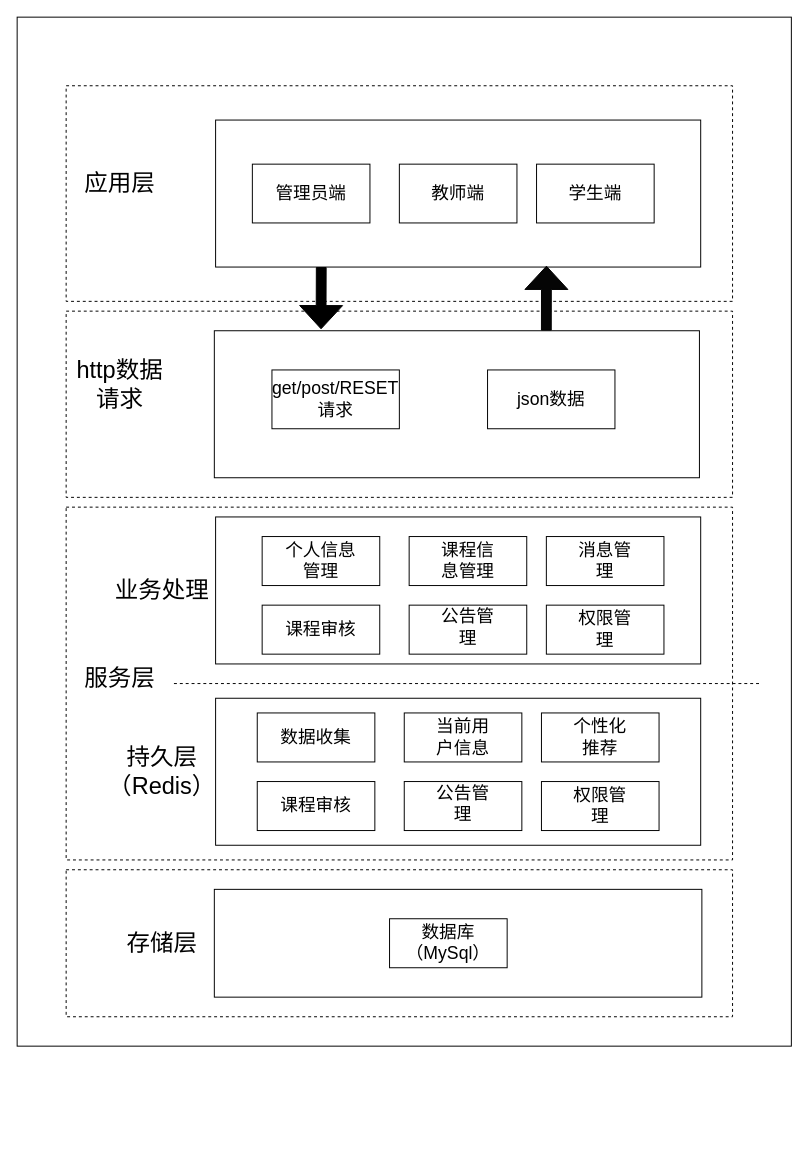
jianjianjianads/site keeps this draw.io diagram as 未命名绘图.drawio. Above is the earlier version. Source tidied: cells renumbered, new cells numbered last; positions are measured from the earlier drawing's top-left corner, leaving out a move shared by most shapes. Both pictures are drawn from the tidied source at 98%, with x=0, y=0 at pixel (17, 17).
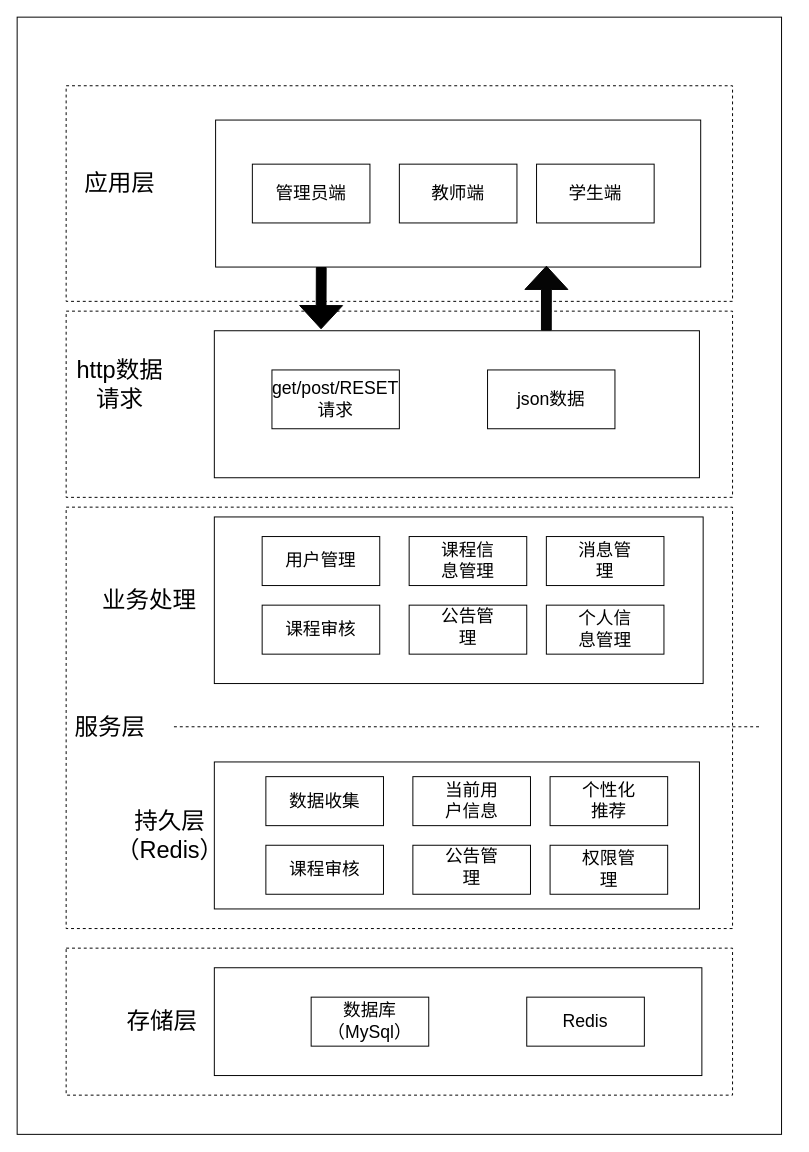
The same page after the edit.

Commit message:
更新未命名绘图.drawio

The edit, as a diff of the source:
```diff
@@
     <mxCell id="2" style="rounded=0;whiteSpace=wrap;html=1;" parent="1" vertex="1">
-      <mxGeometry width="790" height="1050" as="geometry" />
+      <mxGeometry width="780" height="1140" as="geometry" />
     </mxCell>
@@
     <mxCell id="4" style="rounded=0;whiteSpace=wrap;html=1;dashed=1;" parent="1" vertex="1">
-      <mxGeometry x="50" y="870" width="680" height="150" as="geometry" />
+      <mxGeometry x="50" y="950" width="680" height="150" as="geometry" />
     </mxCell>
     <mxCell id="5" style="rounded=0;whiteSpace=wrap;html=1;dashed=1;" parent="1" vertex="1">
-      <mxGeometry x="50" y="500" width="680" height="360" as="geometry" />
+      <mxGeometry x="50" y="500" width="680" height="430" as="geometry" />
     </mxCell>
@@
     <mxCell id="23" style="rounded=0;whiteSpace=wrap;html=1;" parent="1" vertex="1">
-      <mxGeometry x="202.5" y="695" width="495" height="150" as="geometry" />
+      <mxGeometry x="201.2" y="760" width="495" height="150" as="geometry" />
     </mxCell>
     <mxCell id="24" value="&lt;span style=&quot;font-size: 24px;&quot;&gt;服务层&lt;/span&gt;" style="text;html=1;align=center;verticalAlign=middle;whiteSpace=wrap;rounded=0;" parent="1" vertex="1">
-      <mxGeometry x="50" y="610" width="110" height="130" as="geometry" />
+      <mxGeometry x="40" y="660" width="110" height="130" as="geometry" />
     </mxCell>
     <mxCell id="25" style="rounded=0;whiteSpace=wrap;html=1;" parent="1" vertex="1">
-      <mxGeometry x="202.5" y="510" width="495" height="150" as="geometry" />
+      <mxGeometry x="201.2" y="510" width="498.8" height="170" as="geometry" />
     </mxCell>
     <mxCell id="26" value="&lt;span style=&quot;font-size: 24px;&quot;&gt;业务处理&lt;/span&gt;" style="text;html=1;align=center;verticalAlign=middle;whiteSpace=wrap;rounded=0;" parent="1" vertex="1">
-      <mxGeometry x="92.5" y="520" width="110" height="130" as="geometry" />
+      <mxGeometry x="80" y="530" width="110" height="130" as="geometry" />
     </mxCell>
     <mxCell id="27" value="&lt;span style=&quot;font-size: 24px;&quot;&gt;持久层&lt;/span&gt;&lt;div&gt;&lt;span style=&quot;font-size: 24px;&quot;&gt;（Redis）&lt;/span&gt;&lt;/div&gt;" style="text;html=1;align=center;verticalAlign=middle;whiteSpace=wrap;rounded=0;" parent="1" vertex="1">
-      <mxGeometry x="92.5" y="705" width="110" height="130" as="geometry" />
+      <mxGeometry x="101.2" y="770" width="110" height="130" as="geometry" />
     </mxCell>
     <mxCell id="28" style="endArrow=none;dashed=1;html=1;rounded=0;" parent="1" edge="1">
       <mxGeometry relative="1" as="geometry">
-        <mxPoint x="160" y="680" as="sourcePoint" />
-        <mxPoint x="760" y="680" as="targetPoint" />
+        <mxPoint x="160" y="724.1" as="sourcePoint" />
+        <mxPoint x="760" y="724.1" as="targetPoint" />
       </mxGeometry>
     </mxCell>
     <mxCell id="29" style="rounded=0;whiteSpace=wrap;html=1;" parent="1" vertex="1">
-      <mxGeometry x="201.2" y="890" width="497.5" height="110" as="geometry" />
+      <mxGeometry x="201.2" y="970" width="497.5" height="110" as="geometry" />
     </mxCell>
     <mxCell id="30" value="&lt;span style=&quot;font-size: 24px;&quot;&gt;存储层&lt;/span&gt;" style="text;html=1;align=center;verticalAlign=middle;whiteSpace=wrap;rounded=0;" parent="1" vertex="1">
-      <mxGeometry x="92.5" y="880" width="110" height="130" as="geometry" />
+      <mxGeometry x="92.5" y="960" width="110" height="130" as="geometry" />
     </mxCell>
@@
-    <mxCell id="34" value="&lt;font style=&quot;font-size: 18px;&quot;&gt;个人信息管理&lt;/font&gt;" style="text;html=1;align=center;verticalAlign=middle;whiteSpace=wrap;rounded=0;" parent="1" vertex="1">
+    <mxCell id="34" value="&lt;font style=&quot;font-size: 18px;&quot;&gt;用户管理&lt;/font&gt;" style="text;html=1;align=center;verticalAlign=middle;whiteSpace=wrap;rounded=0;" parent="1" vertex="1">
       <mxGeometry x="270" y="537.5" width="80" height="35" as="geometry" />
     </mxCell>
@@
-    <mxCell id="42" value="&lt;font style=&quot;font-size: 18px;&quot;&gt;权限管理&lt;/font&gt;" style="text;html=1;align=center;verticalAlign=middle;whiteSpace=wrap;rounded=0;" parent="1" vertex="1">
+    <mxCell id="42" value="&lt;font style=&quot;font-size: 18px;&quot;&gt;个人信息管理&lt;/font&gt;" style="text;html=1;align=center;verticalAlign=middle;whiteSpace=wrap;rounded=0;" parent="1" vertex="1">
       <mxGeometry x="570" y="610" width="60" height="30" as="geometry" />
     </mxCell>
     <mxCell id="43" style="rounded=0;whiteSpace=wrap;html=1;" parent="1" vertex="1">
-      <mxGeometry x="245" y="710" width="120" height="50" as="geometry" />
+      <mxGeometry x="253.8" y="775" width="120" height="50" as="geometry" />
     </mxCell>
     <mxCell id="44" style="rounded=0;whiteSpace=wrap;html=1;" parent="1" vertex="1">
-      <mxGeometry x="395" y="710" width="120" height="50" as="geometry" />
+      <mxGeometry x="403.8" y="775" width="120" height="50" as="geometry" />
     </mxCell>
     <mxCell id="45" style="rounded=0;whiteSpace=wrap;html=1;" parent="1" vertex="1">
-      <mxGeometry x="535" y="710" width="120" height="50" as="geometry" />
+      <mxGeometry x="543.8" y="775" width="120" height="50" as="geometry" />
     </mxCell>
     <mxCell id="46" value="&lt;font style=&quot;font-size: 18px;&quot;&gt;数据收集&lt;/font&gt;" style="text;html=1;align=center;verticalAlign=middle;whiteSpace=wrap;rounded=0;" parent="1" vertex="1">
-      <mxGeometry x="265" y="717.5" width="80" height="35" as="geometry" />
+      <mxGeometry x="273.8" y="782.5" width="80" height="35" as="geometry" />
     </mxCell>
     <mxCell id="47" value="&lt;font style=&quot;font-size: 18px;&quot;&gt;当前用户信息&lt;/font&gt;" style="text;html=1;align=center;verticalAlign=middle;whiteSpace=wrap;rounded=0;" parent="1" vertex="1">
-      <mxGeometry x="425" y="720" width="60" height="30" as="geometry" />
+      <mxGeometry x="433.8" y="785" width="60" height="30" as="geometry" />
     </mxCell>
     <mxCell id="48" value="&lt;font style=&quot;font-size: 18px;&quot;&gt;个性化推荐&lt;/font&gt;" style="text;html=1;align=center;verticalAlign=middle;whiteSpace=wrap;rounded=0;" parent="1" vertex="1">
-      <mxGeometry x="565" y="720" width="60" height="30" as="geometry" />
+      <mxGeometry x="573.8" y="785" width="60" height="30" as="geometry" />
     </mxCell>
     <mxCell id="49" style="rounded=0;whiteSpace=wrap;html=1;" parent="1" vertex="1">
-      <mxGeometry x="245" y="780" width="120" height="50" as="geometry" />
+      <mxGeometry x="253.8" y="845" width="120" height="50" as="geometry" />
     </mxCell>
     <mxCell id="50" style="rounded=0;whiteSpace=wrap;html=1;" parent="1" vertex="1">
-      <mxGeometry x="395" y="780" width="120" height="50" as="geometry" />
+      <mxGeometry x="403.8" y="845" width="120" height="50" as="geometry" />
     </mxCell>
     <mxCell id="51" style="rounded=0;whiteSpace=wrap;html=1;" parent="1" vertex="1">
-      <mxGeometry x="535" y="780" width="120" height="50" as="geometry" />
+      <mxGeometry x="543.8" y="845" width="120" height="50" as="geometry" />
     </mxCell>
     <mxCell id="52" value="&lt;font style=&quot;font-size: 18px;&quot;&gt;课程审核&lt;/font&gt;" style="text;html=1;align=center;verticalAlign=middle;whiteSpace=wrap;rounded=0;" parent="1" vertex="1">
-      <mxGeometry x="265" y="787.5" width="80" height="35" as="geometry" />
+      <mxGeometry x="273.8" y="852.5" width="80" height="35" as="geometry" />
     </mxCell>
     <mxCell id="53" value="&lt;font style=&quot;font-size: 18px;&quot;&gt;公告管理&lt;/font&gt;" style="text;html=1;align=center;verticalAlign=middle;whiteSpace=wrap;rounded=0;" parent="1" vertex="1">
-      <mxGeometry x="425" y="787.5" width="60" height="30" as="geometry" />
+      <mxGeometry x="433.8" y="852.5" width="60" height="30" as="geometry" />
     </mxCell>
     <mxCell id="54" value="&lt;font style=&quot;font-size: 18px;&quot;&gt;权限管理&lt;/font&gt;" style="text;html=1;align=center;verticalAlign=middle;whiteSpace=wrap;rounded=0;" parent="1" vertex="1">
-      <mxGeometry x="565" y="790" width="60" height="30" as="geometry" />
+      <mxGeometry x="573.8" y="855" width="60" height="30" as="geometry" />
     </mxCell>
     <mxCell id="55" style="rounded=0;whiteSpace=wrap;html=1;" parent="1" vertex="1">
-      <mxGeometry x="380" y="920" width="120" height="50" as="geometry" />
+      <mxGeometry x="300" y="1000" width="120" height="50" as="geometry" />
     </mxCell>
     <mxCell id="56" value="&lt;font style=&quot;font-size: 18px;&quot;&gt;数据库&lt;/font&gt;&lt;div&gt;&lt;font style=&quot;font-size: 18px;&quot;&gt;（MySql）&lt;/font&gt;&lt;/div&gt;" style="text;html=1;align=center;verticalAlign=middle;whiteSpace=wrap;rounded=0;" parent="1" vertex="1">
-      <mxGeometry x="400" y="927.5" width="80" height="35" as="geometry" />
+      <mxGeometry x="320" y="1007.5" width="80" height="35" as="geometry" />
     </mxCell>
+    <mxCell id="57" style="rounded=0;whiteSpace=wrap;html=1;" parent="1" vertex="1">
+      <mxGeometry x="520" y="1000" width="120" height="50" as="geometry" />
+    </mxCell>
+    <mxCell id="58" value="&lt;font style=&quot;font-size: 18px;&quot;&gt;Redis&lt;/font&gt;" style="text;html=1;align=center;verticalAlign=middle;whiteSpace=wrap;rounded=0;" parent="1" vertex="1">
+      <mxGeometry x="540" y="1007.5" width="80" height="35" as="geometry" />
+    </mxCell>
```
